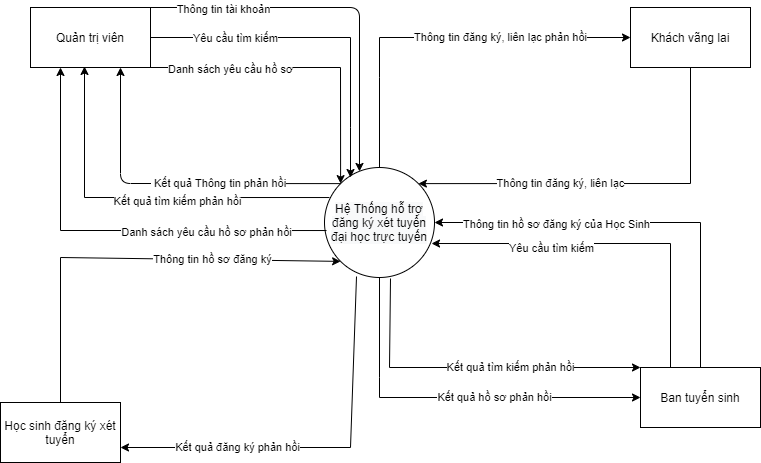
The draw.io diagram 1. Bao Cao/BieuDo/DATN-Biểu đồ luồng dữ liệu mức ngữ cảnh.drawio.png in truongquangkhai99/TrinhVanTu_DATN, before a commit. Source tidied: cells renumbered, new cells last; positions are measured from the earlier drawing's top-left corner, leaving out a move shared by most shapes.
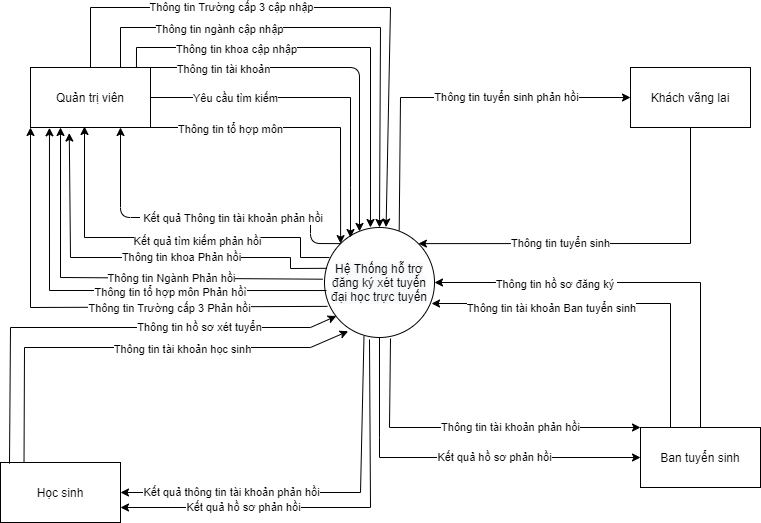
After the commit.

What changed in the source:
```diff
@@ -11,39 +11,39 @@
     <mxCell id="4" value="Ban tuyển sinh" style="rounded=0;whiteSpace=wrap;html=1;" parent="1" vertex="1">
       <mxGeometry x="640" y="360" width="120" height="60" as="geometry" />
     </mxCell>
-    <mxCell id="5" value="Học sinh đăng ký xét tuyển" style="rounded=0;whiteSpace=wrap;html=1;" parent="1" vertex="1">
+    <mxCell id="5" value="Học sinh" style="rounded=0;whiteSpace=wrap;html=1;" parent="1" vertex="1">
       <mxGeometry y="395" width="120" height="60" as="geometry" />
     </mxCell>
-    <mxCell id="6" value="Thông tin đăng ký, liên lạc" style="endArrow=classic;html=1;rounded=0;exitX=0.5;exitY=1;exitDx=0;exitDy=0;entryX=1;entryY=0;entryDx=0;entryDy=0;verticalAlign=middle;" parent="1" edge="1" source="3" target="2">
+    <mxCell id="6" value="Thông tin tuyển sinh" style="endArrow=classic;html=1;rounded=0;exitX=0.5;exitY=1;exitDx=0;exitDy=0;entryX=1;entryY=0;entryDx=0;entryDy=0;verticalAlign=middle;" parent="1" edge="1" source="3" target="2">
       <mxGeometry x="0.27" relative="1" as="geometry">
         <Array as="points">
           <mxPoint x="690" y="176" />
         </Array>
       </mxGeometry>
     </mxCell>
-    <mxCell id="7" value="Thông tin đăng ký, liên lạc phản hồi" style="endArrow=classic;html=1;rounded=0;exitX=0.5;exitY=0;exitDx=0;exitDy=0;entryX=0;entryY=0.5;entryDx=0;entryDy=0;verticalAlign=middle;" parent="1" edge="1" source="2" target="3">
+    <mxCell id="7" value="Thông tin tuyển sinh&amp;nbsp;phản hồi" style="endArrow=classic;html=1;rounded=0;exitX=0.679;exitY=0.027;exitDx=0;exitDy=0;entryX=0;entryY=0.5;entryDx=0;entryDy=0;verticalAlign=middle;exitPerimeter=0;" parent="1" edge="1" source="2" target="3">
       <mxGeometry x="0.32" relative="1" as="geometry">
         <Array as="points">
-          <mxPoint x="379" y="70" />
-          <mxPoint x="379" y="30" />
+          <mxPoint x="400" y="30" />
         </Array>
       </mxGeometry>
     </mxCell>
-    <mxCell id="8" value="Thông tin hồ sơ đăng ký" style="endArrow=classic;html=1;rounded=0;verticalAlign=middle;exitX=0.5;exitY=0;exitDx=0;exitDy=0;entryX=0;entryY=1;entryDx=0;entryDy=0;" parent="1" edge="1" source="5" target="2">
+    <mxCell id="8" value="Thông tin hồ sơ xét tuyển" style="endArrow=classic;html=1;rounded=0;verticalAlign=middle;exitX=0.075;exitY=0.018;exitDx=0;exitDy=0;entryX=0.108;entryY=0.805;entryDx=0;entryDy=0;entryPerimeter=0;exitPerimeter=0;" parent="1" edge="1" source="5" target="2">
       <mxGeometry x="0.4" relative="1" as="geometry">
         <Array as="points">
-          <mxPoint x="60" y="250" />
+          <mxPoint x="10" y="260" />
+          <mxPoint x="310" y="260" />
         </Array>
       </mxGeometry>
     </mxCell>
-    <mxCell id="9" value="Kết quả đăng ký phản hồi" style="endArrow=classic;html=1;rounded=0;verticalAlign=middle;exitX=0.291;exitY=0.991;exitDx=0;exitDy=0;entryX=1;entryY=0.75;entryDx=0;entryDy=0;exitPerimeter=0;" parent="1" edge="1" source="2" target="5">
+    <mxCell id="9" value="Kết quả hồ sơ phản hồi" style="endArrow=classic;html=1;rounded=0;verticalAlign=middle;exitX=0.409;exitY=1.018;exitDx=0;exitDy=0;entryX=1;entryY=0.75;entryDx=0;entryDy=0;exitPerimeter=0;" parent="1" edge="1" source="2" target="5">
       <mxGeometry x="0.41" relative="1" as="geometry">
         <Array as="points">
-          <mxPoint x="350" y="440" />
+          <mxPoint x="370" y="440" />
         </Array>
       </mxGeometry>
     </mxCell>
-    <mxCell id="10" value="Kết quả tìm kiếm phản hồi" style="endArrow=classic;rounded=0;verticalAlign=middle;exitX=0.6;exitY=1.009;exitDx=0;exitDy=0;exitPerimeter=0;entryX=0;entryY=0;entryDx=0;entryDy=0;html=1;" parent="1" edge="1" source="2" target="4">
+    <mxCell id="10" value="Thông tin tài khoản phản hồi" style="endArrow=classic;rounded=0;verticalAlign=middle;exitX=0.6;exitY=1.009;exitDx=0;exitDy=0;exitPerimeter=0;entryX=0;entryY=0;entryDx=0;entryDy=0;html=1;" parent="1" edge="1" source="2" target="4">
       <mxGeometry x="0.24" relative="1" as="geometry">
         <Array as="points">
           <mxPoint x="389" y="360" />
@@ -57,7 +57,7 @@
         </Array>
       </mxGeometry>
     </mxCell>
-    <mxCell id="12" value="Thông tin hồ sơ đăng ký của Học Sinh" style="edgeLabel;html=1;align=center;verticalAlign=middle;" parent="11" vertex="1">
+    <mxCell id="12" value="Thông tin hồ sơ đăng ký&amp;nbsp;" style="edgeLabel;html=1;align=center;verticalAlign=middle;" parent="11" vertex="1">
       <mxGeometry x="0.41" y="1" relative="1" as="geometry" />
     </mxCell>
     <mxCell id="13" value="Quản trị viên" style="rounded=0;whiteSpace=wrap;html=1;" parent="1" vertex="1">
@@ -79,7 +79,9 @@
     <mxCell id="16" value="&lt;span style=&quot;color: rgba(0 , 0 , 0 , 0) ; font-family: monospace ; font-size: 0px ; background-color: rgb(248 , 249 , 250)&quot;&gt;%3CmxGraphModel%3E%3Croot%3E%3CmxCell%20id%3D%220%22%2F%3E%3CmxCell%20id%3D%221%22%20parent%3D%220%22%2F%3E%3CmxCell%20id%3D%222%22%20value%3D%22Y%C3%AAu%20c%E1%BA%A7u%20t%C3%ACm%20ki%E1%BA%BFm%22%20style%3D%22edgeLabel%3Bhtml%3D1%3Balign%3Dcenter%3BverticalAlign%3Dmiddle%3Bresizable%3D0%3Bpoints%3D%5B%5D%3B%22%20vertex%3D%221%22%20connectable%3D%220%22%20parent%3D%221%22%3E%3CmxGeometry%20x%3D%22284%22%20y%3D%22150%22%20as%3D%22geometry%22%2F%3E%3C%2FmxCell%3E%3C%2Froot%3E%3C%2FmxGraphModel%3E&lt;/span&gt;" style="endArrow=classic;html=1;rounded=0;verticalAlign=middle;exitX=0.045;exitY=0.273;exitDx=0;exitDy=0;exitPerimeter=0;entryX=0.45;entryY=0.983;entryDx=0;entryDy=0;entryPerimeter=0;" parent="1" edge="1" source="2" target="13">
       <mxGeometry relative="1" as="geometry">
         <Array as="points">
-          <mxPoint x="84" y="190" />
+          <mxPoint x="300" y="190" />
+          <mxPoint x="300" y="170" />
+          <mxPoint x="84" y="170" />
         </Array>
       </mxGeometry>
     </mxCell>
@@ -93,7 +95,7 @@
         </Array>
       </mxGeometry>
     </mxCell>
-    <mxCell id="19" value="Yêu cầu tìm kiếm" style="edgeLabel;html=1;align=center;verticalAlign=middle;" parent="18" vertex="1">
+    <mxCell id="19" value="Thông tin tài khoản Ban tuyển sinh" style="edgeLabel;html=1;align=center;verticalAlign=middle;" parent="18" vertex="1">
       <mxGeometry x="-0.51" relative="1" as="geometry">
         <mxPoint x="-120" y="-30" as="offset" />
       </mxGeometry>
@@ -111,12 +113,16 @@
     <mxCell id="22" style="endArrow=classic;html=1;rounded=1;sketch=0;curved=0;exitX=0;exitY=0;exitDx=0;exitDy=0;entryX=0.75;entryY=1;entryDx=0;entryDy=0;" parent="1" edge="1" source="2" target="13">
       <mxGeometry relative="1" as="geometry">
         <Array as="points">
-          <mxPoint x="120" y="176" />
+          <mxPoint x="310" y="176" />
+          <mxPoint x="310" y="150" />
+          <mxPoint x="120" y="150" />
         </Array>
       </mxGeometry>
     </mxCell>
-    <mxCell id="23" value="&amp;nbsp;Kết quả Thông tin phản hồi" style="edgeLabel;html=1;align=center;verticalAlign=middle;" parent="22" vertex="1">
-      <mxGeometry x="-0.27" y="-1" relative="1" as="geometry" />
+    <mxCell id="23" value="&amp;nbsp;Kết quả Thông tin tài khoản phản hồi" style="edgeLabel;html=1;align=center;verticalAlign=middle;" parent="22" vertex="1">
+      <mxGeometry x="-0.27" y="-1" relative="1" as="geometry">
+        <mxPoint x="-13" y="1" as="offset" />
+      </mxGeometry>
     </mxCell>
     <mxCell id="24" value="Kết quả hồ sơ phản hồi" style="endArrow=classic;rounded=0;verticalAlign=middle;exitX=0.5;exitY=1;exitDx=0;exitDy=0;html=1;entryX=0;entryY=0.5;entryDx=0;entryDy=0;" parent="1" edge="1" source="2" target="4">
       <mxGeometry x="0.24" relative="1" as="geometry">
@@ -133,18 +139,110 @@
         </Array>
       </mxGeometry>
     </mxCell>
-    <mxCell id="26" value="Danh sách yêu cầu hồ sơ" style="edgeLabel;html=1;align=center;verticalAlign=middle;" parent="25" vertex="1">
+    <mxCell id="26" value="Thông tin tổ hợp môn" style="edgeLabel;html=1;align=center;verticalAlign=middle;" parent="25" vertex="1">
       <mxGeometry x="-0.49" y="-1" relative="1" as="geometry" />
     </mxCell>
-    <mxCell id="27" style="endArrow=classic;html=1;rounded=0;exitX=0.018;exitY=0.573;exitDx=0;exitDy=0;entryX=0.25;entryY=1;entryDx=0;entryDy=0;exitPerimeter=0;" parent="1" edge="1" source="2" target="13">
+    <mxCell id="27" style="endArrow=classic;html=1;rounded=0;exitX=0.018;exitY=0.573;exitDx=0;exitDy=0;entryX=0.158;entryY=1.005;entryDx=0;entryDy=0;exitPerimeter=0;entryPerimeter=0;" parent="1" edge="1" source="2" target="13">
       <mxGeometry relative="1" as="geometry">
         <Array as="points">
-          <mxPoint x="60" y="223" />
+          <mxPoint x="49" y="223" />
         </Array>
       </mxGeometry>
     </mxCell>
-    <mxCell id="28" value="Danh sách yêu cầu hồ sơ phản hồi" style="edgeLabel;html=1;align=center;verticalAlign=middle;" parent="27" vertex="1">
-      <mxGeometry x="-0.44" y="1" relative="1" as="geometry" />
+    <mxCell id="28" value="Thông tin tổ hợp môn Phản hồì" style="edgeLabel;html=1;align=center;verticalAlign=middle;" parent="27" vertex="1">
+      <mxGeometry x="-0.44" y="1" relative="1" as="geometry">
+        <mxPoint x="-33" as="offset" />
+      </mxGeometry>
     </mxCell>
+    <mxCell id="29" style="endArrow=classic;html=1;rounded=0;entryX=0.215;entryY=0.943;entryDx=0;entryDy=0;entryPerimeter=0;exitX=0.196;exitY=-0.005;exitDx=0;exitDy=0;exitPerimeter=0;" parent="1" edge="1" source="5" target="2">
+      <mxGeometry relative="1" as="geometry">
+        <Array as="points">
+          <mxPoint x="24" y="280" />
+          <mxPoint x="310" y="280" />
+        </Array>
+      </mxGeometry>
+    </mxCell>
+    <mxCell id="30" value="Thông tin tài khoản học sinh" style="edgeLabel;html=1;align=center;verticalAlign=middle;" parent="29" vertex="1">
+      <mxGeometry x="0.23" y="-1" relative="1" as="geometry" />
+    </mxCell>
+    <mxCell id="31" style="endArrow=classic;html=1;rounded=0;exitX=0.359;exitY=0.987;exitDx=0;exitDy=0;exitPerimeter=0;entryX=1;entryY=0.5;entryDx=0;entryDy=0;" parent="1" edge="1" source="2" target="5">
+      <mxGeometry relative="1" as="geometry">
+        <Array as="points">
+          <mxPoint x="360" y="425" />
+        </Array>
+      </mxGeometry>
+    </mxCell>
+    <mxCell id="32" value="Kết quả thông tin tài khoản phản hồi" style="edgeLabel;html=1;align=center;verticalAlign=middle;" parent="31" vertex="1">
+      <mxGeometry x="0.44" y="-1" relative="1" as="geometry" />
+    </mxCell>
+    <mxCell id="33" style="endArrow=classic;html=1;rounded=0;exitX=0.883;exitY=0;exitDx=0;exitDy=0;exitPerimeter=0;entryX=0.418;entryY=0;entryDx=0;entryDy=0;entryPerimeter=0;" parent="1" edge="1" source="13" target="2">
+      <mxGeometry relative="1" as="geometry">
+        <Array as="points">
+          <mxPoint x="136" y="-20" />
+          <mxPoint x="370" y="-20" />
+        </Array>
+      </mxGeometry>
+    </mxCell>
+    <mxCell id="34" value="Thông tin khoa cập nhập" style="edgeLabel;html=1;align=center;verticalAlign=middle;" parent="33" vertex="1">
+      <mxGeometry x="-0.45" y="-1" relative="1" as="geometry" />
+    </mxCell>
+    <mxCell id="35" style="endArrow=classic;html=1;rounded=0;exitX=0.75;exitY=0;exitDx=0;exitDy=0;entryX=0.5;entryY=0;entryDx=0;entryDy=0;" parent="1" edge="1" source="13" target="2">
+      <mxGeometry relative="1" as="geometry">
+        <Array as="points">
+          <mxPoint x="120" y="-40" />
+          <mxPoint x="380" y="-40" />
+        </Array>
+      </mxGeometry>
+    </mxCell>
+    <mxCell id="36" value="Thông tin ngành cập nhập" style="edgeLabel;html=1;align=center;verticalAlign=middle;" parent="35" vertex="1">
+      <mxGeometry x="-0.45" y="-1" relative="1" as="geometry" />
+    </mxCell>
+    <mxCell id="37" style="endArrow=classic;html=1;rounded=0;exitX=0.022;exitY=0.371;exitDx=0;exitDy=0;entryX=0.323;entryY=1.092;entryDx=0;entryDy=0;entryPerimeter=0;exitPerimeter=0;" parent="1" edge="1" source="2" target="13">
+      <mxGeometry relative="1" as="geometry">
+        <Array as="points">
+          <mxPoint x="290" y="201" />
+          <mxPoint x="290" y="190" />
+          <mxPoint x="70" y="190" />
+        </Array>
+      </mxGeometry>
+    </mxCell>
+    <mxCell id="38" value="Thông tin khoa Phản hồi" style="edgeLabel;html=1;align=center;verticalAlign=middle;" parent="37" vertex="1">
+      <mxGeometry x="-0.43" y="-1" relative="1" as="geometry">
+        <mxPoint x="-46" as="offset" />
+      </mxGeometry>
+    </mxCell>
+    <mxCell id="39" style="endArrow=classic;html=1;rounded=0;exitX=-0.017;exitY=0.47;exitDx=0;exitDy=0;exitPerimeter=0;entryX=0.25;entryY=1;entryDx=0;entryDy=0;" parent="1" edge="1" source="2" target="13">
+      <mxGeometry relative="1" as="geometry">
+        <Array as="points">
+          <mxPoint x="60" y="210" />
+        </Array>
+      </mxGeometry>
+    </mxCell>
+    <mxCell id="40" value="Thông tin Ngành Phản hồi" style="edgeLabel;html=1;align=center;verticalAlign=middle;" parent="39" vertex="1">
+      <mxGeometry x="-0.52" relative="1" as="geometry">
+        <mxPoint x="-54" y="-1" as="offset" />
+      </mxGeometry>
+    </mxCell>
+    <mxCell id="41" style="endArrow=classic;html=1;rounded=0;exitX=0.027;exitY=0.717;exitDx=0;exitDy=0;exitPerimeter=0;entryX=0;entryY=1;entryDx=0;entryDy=0;" parent="1" edge="1" source="2" target="13">
+      <mxGeometry relative="1" as="geometry">
+        <Array as="points">
+          <mxPoint x="30" y="240" />
+        </Array>
+      </mxGeometry>
+    </mxCell>
+    <mxCell id="42" value="Thông tin Trường cấp 3 Phản hồi" style="edgeLabel;html=1;align=center;verticalAlign=middle;" parent="41" vertex="1">
+      <mxGeometry x="-0.34" y="1" relative="1" as="geometry" />
+    </mxCell>
+    <mxCell id="43" style="endArrow=classic;html=1;rounded=0;entryX=0.56;entryY=-0.004;entryDx=0;entryDy=0;entryPerimeter=0;exitX=0.5;exitY=0;exitDx=0;exitDy=0;" parent="1" edge="1" source="13" target="2">
+      <mxGeometry relative="1" as="geometry">
+        <Array as="points">
+          <mxPoint x="90" y="-60" />
+          <mxPoint x="390" y="-60" />
+        </Array>
+      </mxGeometry>
+    </mxCell>
+    <mxCell id="44" value="Thông tin Trường cấp 3 cập nhập" style="edgeLabel;html=1;align=center;verticalAlign=middle;" parent="43" vertex="1">
+      <mxGeometry x="-0.31" y="1" relative="1" as="geometry" />
+    </mxCell>
   </root>
 </mxGraphModel>
```
